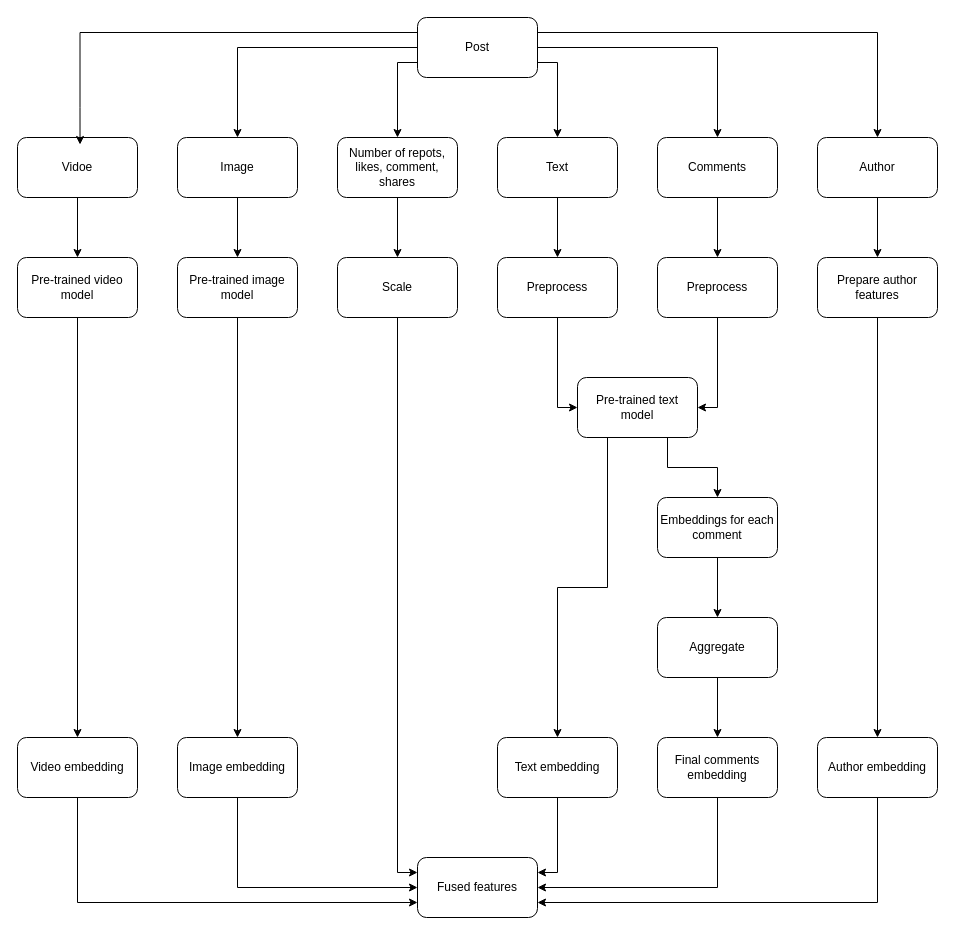
Earlier version of the draw.io diagram machine-learning/image/machine-learning-system-design-1/harmful-content-detection-8.drawio (riehseun/riehseun.github.io). Source tidied: cells renumbered, new cells numbered last; positions are measured from the earlier drawing's top-left corner, leaving out a move shared by most shapes. Both pictures are drawn from the tidied source at 100%, with x=0, y=0 at pixel (17, 17).
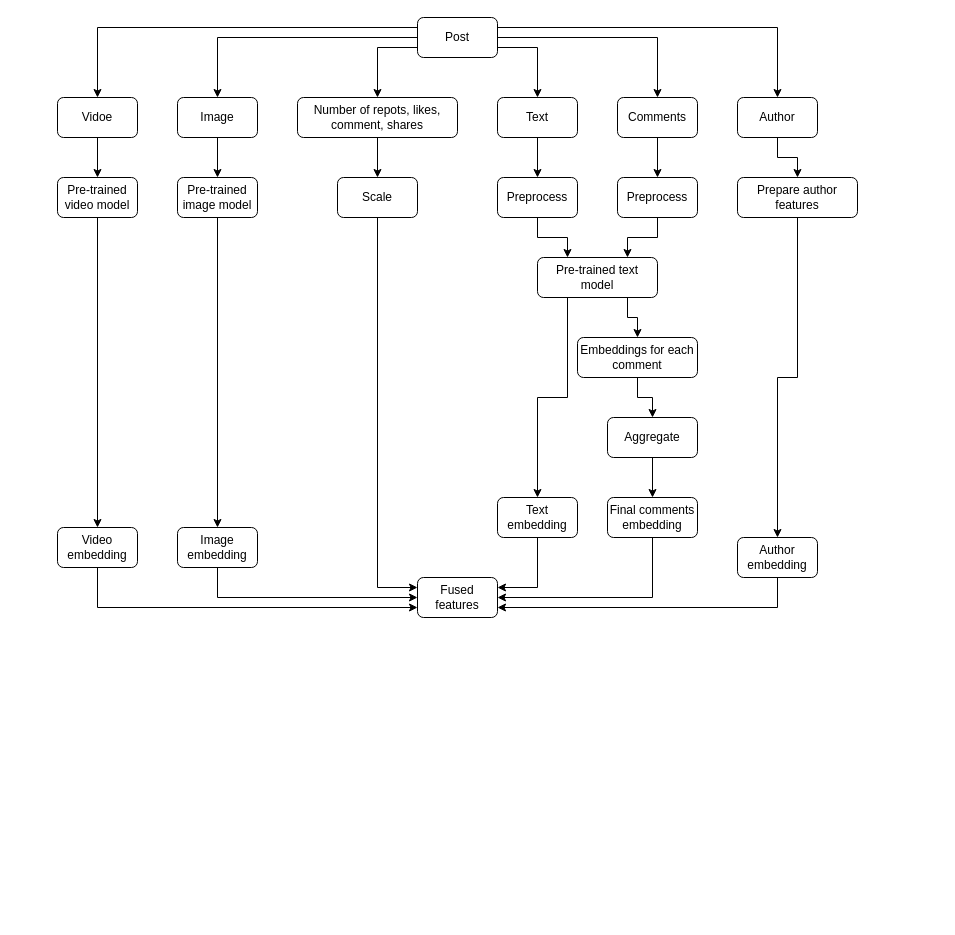
Above is the later version.

What changed in the source:
```diff
@@
+    <mxCell id="20" style="edgeStyle=orthogonalEdgeStyle;rounded=0;jettySize=auto;html=1;exitX=0;exitY=0.25;exitDx=0;exitDy=0;entryX=0.5;entryY=0;entryDx=0;entryDy=0;" parent="1" edge="1" source="7" target="9">
+      <mxGeometry relative="1" as="geometry" />
+    </mxCell>
     <mxCell id="7" value="Post" style="rounded=1;whiteSpace=wrap;html=1;" parent="1" vertex="1">
-      <mxGeometry x="400" width="120" height="60" as="geometry" />
+      <mxGeometry x="400" width="80" height="40" as="geometry" />
     </mxCell>
@@
     <mxCell id="9" value="Vidoe" style="rounded=1;whiteSpace=wrap;html=1;" parent="1" vertex="1">
-      <mxGeometry y="120" width="120" height="60" as="geometry" />
+      <mxGeometry x="40" y="80" width="80" height="40" as="geometry" />
     </mxCell>
@@
     <mxCell id="11" value="Image" style="rounded=1;whiteSpace=wrap;html=1;" parent="1" vertex="1">
-      <mxGeometry x="160" y="120" width="120" height="60" as="geometry" />
+      <mxGeometry x="160" y="80" width="80" height="40" as="geometry" />
     </mxCell>
@@
     <mxCell id="13" value="Number of repots, likes, comment, shares" style="rounded=1;whiteSpace=wrap;html=1;" parent="1" vertex="1">
-      <mxGeometry x="320" y="120" width="120" height="60" as="geometry" />
+      <mxGeometry x="280" y="80" width="160" height="40" as="geometry" />
     </mxCell>
@@
     <mxCell id="15" value="Text" style="rounded=1;whiteSpace=wrap;html=1;" parent="1" vertex="1">
-      <mxGeometry x="480" y="120" width="120" height="60" as="geometry" />
+      <mxGeometry x="480" y="80" width="80" height="40" as="geometry" />
     </mxCell>
@@
     <mxCell id="17" value="Comments" style="rounded=1;whiteSpace=wrap;html=1;" parent="1" vertex="1">
-      <mxGeometry x="640" y="120" width="120" height="60" as="geometry" />
+      <mxGeometry x="600" y="80" width="80" height="40" as="geometry" />
     </mxCell>
@@
     <mxCell id="19" value="Author" style="rounded=1;whiteSpace=wrap;html=1;" parent="1" vertex="1">
-      <mxGeometry x="800" y="120" width="120" height="60" as="geometry" />
+      <mxGeometry x="720" y="80" width="80" height="40" as="geometry" />
     </mxCell>
-    <mxCell id="20" style="edgeStyle=orthogonalEdgeStyle;rounded=0;jettySize=auto;html=1;exitX=0;exitY=0.25;exitDx=0;exitDy=0;entryX=0.521;entryY=0.117;entryDx=0;entryDy=0;entryPerimeter=0;" parent="1" edge="1" source="7" target="9">
-      <mxGeometry relative="1" as="geometry" />
-    </mxCell>
@@
     <mxCell id="22" value="Pre-trained video model" style="rounded=1;whiteSpace=wrap;html=1;" parent="1" vertex="1">
-      <mxGeometry y="240" width="120" height="60" as="geometry" />
+      <mxGeometry x="40" y="160" width="80" height="40" as="geometry" />
     </mxCell>
@@
     <mxCell id="24" value="Pre-trained image model" style="rounded=1;whiteSpace=wrap;html=1;" parent="1" vertex="1">
-      <mxGeometry x="160" y="240" width="120" height="60" as="geometry" />
+      <mxGeometry x="160" y="160" width="80" height="40" as="geometry" />
     </mxCell>
-    <mxCell id="25" style="edgeStyle=orthogonalEdgeStyle;rounded=0;jettySize=auto;html=1;exitX=0.5;exitY=1;exitDx=0;exitDy=0;entryX=0;entryY=0.5;entryDx=0;entryDy=0;" parent="1" edge="1" source="26" target="35">
+    <mxCell id="25" style="edgeStyle=orthogonalEdgeStyle;rounded=0;jettySize=auto;html=1;exitX=0.5;exitY=1;exitDx=0;exitDy=0;entryX=0.25;entryY=0;entryDx=0;entryDy=0;" parent="1" edge="1" source="26" target="35">
       <mxGeometry relative="1" as="geometry" />
     </mxCell>
     <mxCell id="26" value="Preprocess" style="rounded=1;whiteSpace=wrap;html=1;" parent="1" vertex="1">
-      <mxGeometry x="480" y="240" width="120" height="60" as="geometry" />
+      <mxGeometry x="480" y="160" width="80" height="40" as="geometry" />
     </mxCell>
@@
     <mxCell id="28" value="Scale" style="rounded=1;whiteSpace=wrap;html=1;" parent="1" vertex="1">
-      <mxGeometry x="320" y="240" width="120" height="60" as="geometry" />
+      <mxGeometry x="320" y="160" width="80" height="40" as="geometry" />
     </mxCell>
-    <mxCell id="29" style="edgeStyle=orthogonalEdgeStyle;rounded=0;jettySize=auto;html=1;exitX=0.5;exitY=1;exitDx=0;exitDy=0;entryX=1;entryY=0.5;entryDx=0;entryDy=0;" parent="1" edge="1" source="30" target="35">
+    <mxCell id="29" style="edgeStyle=orthogonalEdgeStyle;rounded=0;jettySize=auto;html=1;exitX=0.5;exitY=1;exitDx=0;exitDy=0;entryX=0.75;entryY=0;entryDx=0;entryDy=0;" parent="1" edge="1" source="30" target="35">
       <mxGeometry relative="1" as="geometry" />
     </mxCell>
     <mxCell id="30" value="Preprocess" style="rounded=1;whiteSpace=wrap;html=1;" parent="1" vertex="1">
-      <mxGeometry x="640" y="240" width="120" height="60" as="geometry" />
+      <mxGeometry x="600" y="160" width="80" height="40" as="geometry" />
     </mxCell>
@@
     <mxCell id="32" value="Prepare author features" style="rounded=1;whiteSpace=wrap;html=1;" parent="1" vertex="1">
-      <mxGeometry x="800" y="240" width="120" height="60" as="geometry" />
+      <mxGeometry x="720" y="160" width="120" height="40" as="geometry" />
     </mxCell>
@@
-    <mxCell id="34" style="edgeStyle=orthogonalEdgeStyle;rounded=0;jettySize=auto;html=1;exitX=0.25;exitY=1;exitDx=0;exitDy=0;entryX=0.5;entryY=0;entryDx=0;entryDy=0;" parent="1" edge="1" source="35" target="45">
+    <mxCell id="34" style="edgeStyle=orthogonalEdgeStyle;rounded=0;jettySize=auto;html=1;exitX=0.25;exitY=1;exitDx=0;exitDy=0;" parent="1" edge="1" source="35" target="45">
       <mxGeometry relative="1" as="geometry" />
     </mxCell>
     <mxCell id="35" value="Pre-trained text model" style="rounded=1;whiteSpace=wrap;html=1;" parent="1" vertex="1">
-      <mxGeometry x="560" y="360" width="120" height="60" as="geometry" />
+      <mxGeometry x="520" y="240" width="120" height="40" as="geometry" />
     </mxCell>
@@
     <mxCell id="37" value="Embeddings for each comment" style="rounded=1;whiteSpace=wrap;html=1;" parent="1" vertex="1">
-      <mxGeometry x="640" y="480" width="120" height="60" as="geometry" />
+      <mxGeometry x="560" y="320" width="120" height="40" as="geometry" />
     </mxCell>
@@
     <mxCell id="39" value="Aggregate" style="rounded=1;whiteSpace=wrap;html=1;" parent="1" vertex="1">
-      <mxGeometry x="640" y="600" width="120" height="60" as="geometry" />
+      <mxGeometry x="590" y="400" width="90" height="40" as="geometry" />
     </mxCell>
@@
     <mxCell id="41" value="Final comments embedding" style="rounded=1;whiteSpace=wrap;html=1;" parent="1" vertex="1">
-      <mxGeometry x="640" y="720" width="120" height="60" as="geometry" />
+      <mxGeometry x="590" y="480" width="90" height="40" as="geometry" />
     </mxCell>
@@
     <mxCell id="43" value="Author embedding" style="rounded=1;whiteSpace=wrap;html=1;" parent="1" vertex="1">
-      <mxGeometry x="800" y="720" width="120" height="60" as="geometry" />
+      <mxGeometry x="720" y="520" width="80" height="40" as="geometry" />
     </mxCell>
@@
     <mxCell id="45" value="Text embedding" style="rounded=1;whiteSpace=wrap;html=1;" parent="1" vertex="1">
-      <mxGeometry x="480" y="720" width="120" height="60" as="geometry" />
+      <mxGeometry x="480" y="480" width="80" height="40" as="geometry" />
     </mxCell>
@@
     <mxCell id="47" value="Image embedding" style="rounded=1;whiteSpace=wrap;html=1;" parent="1" vertex="1">
-      <mxGeometry x="160" y="720" width="120" height="60" as="geometry" />
+      <mxGeometry x="160" y="510" width="80" height="40" as="geometry" />
     </mxCell>
@@
     <mxCell id="49" value="Video embedding" style="rounded=1;whiteSpace=wrap;html=1;" parent="1" vertex="1">
-      <mxGeometry y="720" width="120" height="60" as="geometry" />
+      <mxGeometry x="40" y="510" width="80" height="40" as="geometry" />
     </mxCell>
     <mxCell id="50" value="Fused features" style="rounded=1;whiteSpace=wrap;html=1;" parent="1" vertex="1">
-      <mxGeometry x="400" y="840" width="120" height="60" as="geometry" />
+      <mxGeometry x="400" y="560" width="80" height="40" as="geometry" />
     </mxCell>
```
